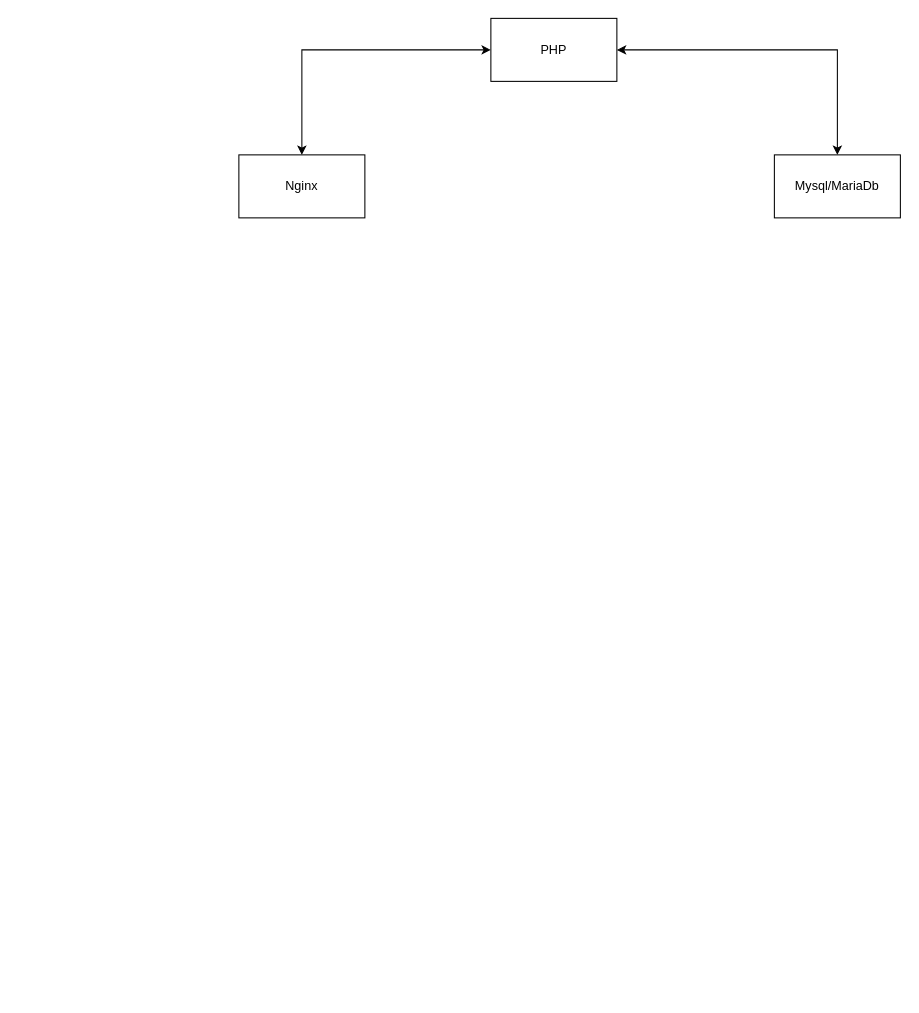
This is My_knowledges_map.drawio from porfirovskiy/My_Knowledges, a draw.io file, before an edit. Source tidied: cells renumbered, new cells numbered last; positions are measured from the earlier drawing's top-left corner, leaving out a move shared by most shapes. Both pictures are drawn from the tidied source at 105%, with x=0, y=0 at pixel (238, 18).
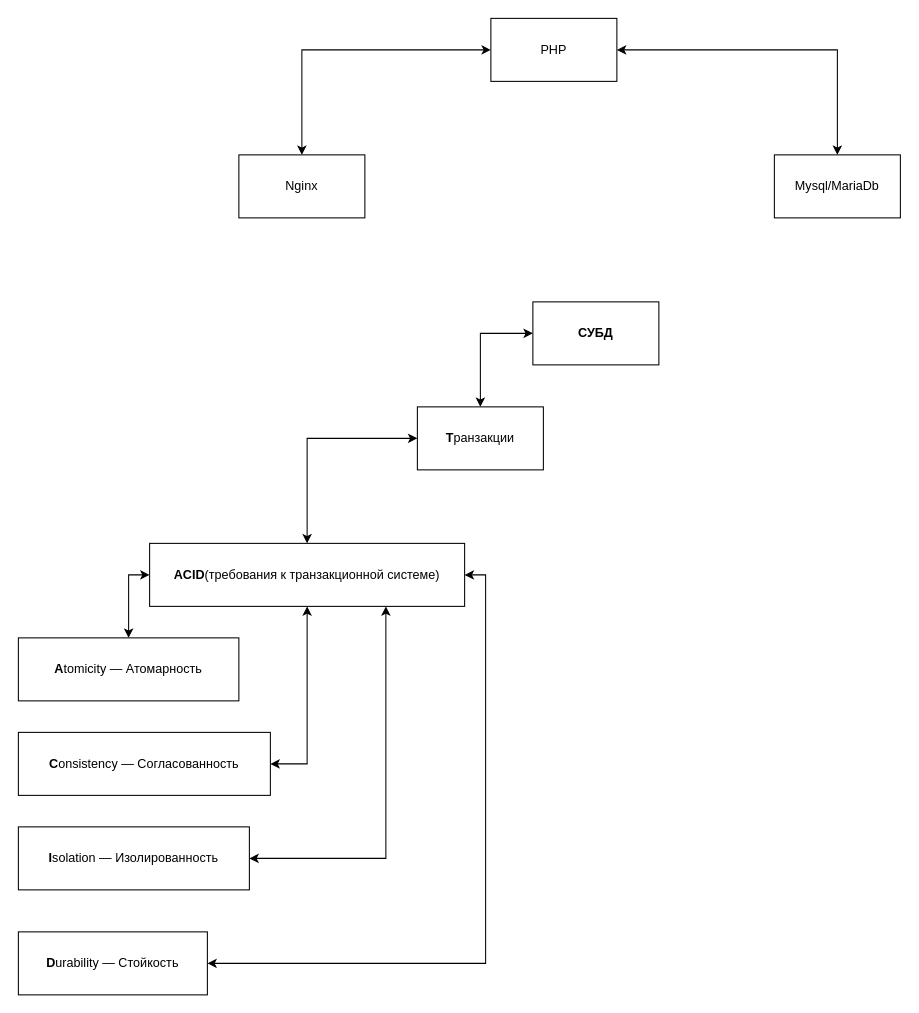
The same diagram, later.

Diff of the diagram source:
```diff
@@
 <mxGraphModel>
   <root>
     <mxCell id="0" />
     <mxCell id="1" parent="0" />
     <mxCell id="2" style="edgeStyle=orthogonalEdgeStyle;rounded=0;jettySize=auto;html=1;exitX=0;exitY=0.5;exitDx=0;exitDy=0;entryX=0.5;entryY=0;entryDx=0;entryDy=0;startArrow=classic;startFill=1;" parent="1" edge="1" source="4" target="5">
       <mxGeometry relative="1" as="geometry" />
     </mxCell>
     <mxCell id="3" style="edgeStyle=orthogonalEdgeStyle;jettySize=auto;html=1;exitX=1;exitY=0.5;exitDx=0;exitDy=0;entryX=0.5;entryY=0;entryDx=0;entryDy=0;rounded=0;startArrow=classic;startFill=1;" parent="1" edge="1" source="4" target="6">
       <mxGeometry relative="1" as="geometry" />
     </mxCell>
     <mxCell id="4" value="PHP" style="rounded=0;whiteSpace=wrap;html=1;" parent="1" vertex="1">
       <mxGeometry x="240" width="120" height="60" as="geometry" />
     </mxCell>
     <mxCell id="5" value="Nginx" style="rounded=0;whiteSpace=wrap;html=1;" parent="1" vertex="1">
       <mxGeometry y="130" width="120" height="60" as="geometry" />
     </mxCell>
     <mxCell id="6" value="Mysql/MariaDb" style="rounded=0;whiteSpace=wrap;html=1;" parent="1" vertex="1">
       <mxGeometry x="510" y="130" width="120" height="60" as="geometry" />
     </mxCell>
+    <mxCell id="7" style="edgeStyle=orthogonalEdgeStyle;rounded=0;jettySize=auto;html=1;exitX=0;exitY=0.5;exitDx=0;exitDy=0;entryX=0.5;entryY=0;entryDx=0;entryDy=0;startArrow=classic;startFill=1;" parent="1" edge="1" source="8" target="10">
+      <mxGeometry relative="1" as="geometry" />
+    </mxCell>
+    <mxCell id="8" value="&lt;b&gt;СУБД&lt;/b&gt;" style="rounded=0;whiteSpace=wrap;html=1;" parent="1" vertex="1">
+      <mxGeometry x="280" y="270" width="120" height="60" as="geometry" />
+    </mxCell>
+    <mxCell id="9" style="edgeStyle=orthogonalEdgeStyle;rounded=0;jettySize=auto;html=1;exitX=0;exitY=0.5;exitDx=0;exitDy=0;entryX=0.5;entryY=0;entryDx=0;entryDy=0;startArrow=classic;startFill=1;" parent="1" edge="1" source="10" target="15">
+      <mxGeometry relative="1" as="geometry" />
+    </mxCell>
+    <mxCell id="10" value="&lt;b&gt;Т&lt;/b&gt;ранзакции" style="rounded=0;whiteSpace=wrap;html=1;" parent="1" vertex="1">
+      <mxGeometry x="170" y="370" width="120" height="60" as="geometry" />
+    </mxCell>
+    <mxCell id="11" style="edgeStyle=orthogonalEdgeStyle;rounded=0;jettySize=auto;html=1;exitX=0;exitY=0.5;exitDx=0;exitDy=0;entryX=0.5;entryY=0;entryDx=0;entryDy=0;startArrow=classic;startFill=1;" parent="1" edge="1" source="15" target="16">
+      <mxGeometry relative="1" as="geometry" />
+    </mxCell>
+    <mxCell id="12" style="edgeStyle=orthogonalEdgeStyle;rounded=0;jettySize=auto;html=1;exitX=0.5;exitY=1;exitDx=0;exitDy=0;entryX=1;entryY=0.5;entryDx=0;entryDy=0;startArrow=classic;startFill=1;" parent="1" edge="1" source="15" target="17">
+      <mxGeometry relative="1" as="geometry" />
+    </mxCell>
+    <mxCell id="13" style="edgeStyle=orthogonalEdgeStyle;rounded=0;jettySize=auto;html=1;exitX=0.75;exitY=1;exitDx=0;exitDy=0;entryX=1;entryY=0.5;entryDx=0;entryDy=0;startArrow=classic;startFill=1;" parent="1" edge="1" source="15" target="18">
+      <mxGeometry relative="1" as="geometry" />
+    </mxCell>
+    <mxCell id="14" style="edgeStyle=orthogonalEdgeStyle;rounded=0;jettySize=auto;html=1;exitX=1;exitY=0.5;exitDx=0;exitDy=0;entryX=1;entryY=0.5;entryDx=0;entryDy=0;startArrow=classic;startFill=1;" parent="1" edge="1" source="15" target="19">
+      <mxGeometry relative="1" as="geometry" />
+    </mxCell>
+    <mxCell id="15" value="&lt;b&gt;ACID&lt;/b&gt;(требования к транзакционной системе)" style="rounded=0;whiteSpace=wrap;html=1;" parent="1" vertex="1">
+      <mxGeometry x="-85" y="500" width="300" height="60" as="geometry" />
+    </mxCell>
+    <mxCell id="16" value="&lt;b&gt;A&lt;/b&gt;tomicity — Атомарность" style="rounded=0;whiteSpace=wrap;html=1;" parent="1" vertex="1">
+      <mxGeometry x="-210" y="590" width="210" height="60" as="geometry" />
+    </mxCell>
+    <mxCell id="17" value="&lt;b&gt;C&lt;/b&gt;onsistency — Согласованность" style="rounded=0;whiteSpace=wrap;html=1;" parent="1" vertex="1">
+      <mxGeometry x="-210" y="680" width="240" height="60" as="geometry" />
+    </mxCell>
+    <mxCell id="18" value="&lt;b&gt;I&lt;/b&gt;solation — Изолированность" style="rounded=0;whiteSpace=wrap;html=1;" parent="1" vertex="1">
+      <mxGeometry x="-210" y="770" width="220" height="60" as="geometry" />
+    </mxCell>
+    <mxCell id="19" value="&lt;b&gt;D&lt;/b&gt;urability — Стойкость" style="rounded=0;whiteSpace=wrap;html=1;" parent="1" vertex="1">
+      <mxGeometry x="-210" y="870" width="180" height="60" as="geometry" />
+    </mxCell>
   </root>
 </mxGraphModel>
```
